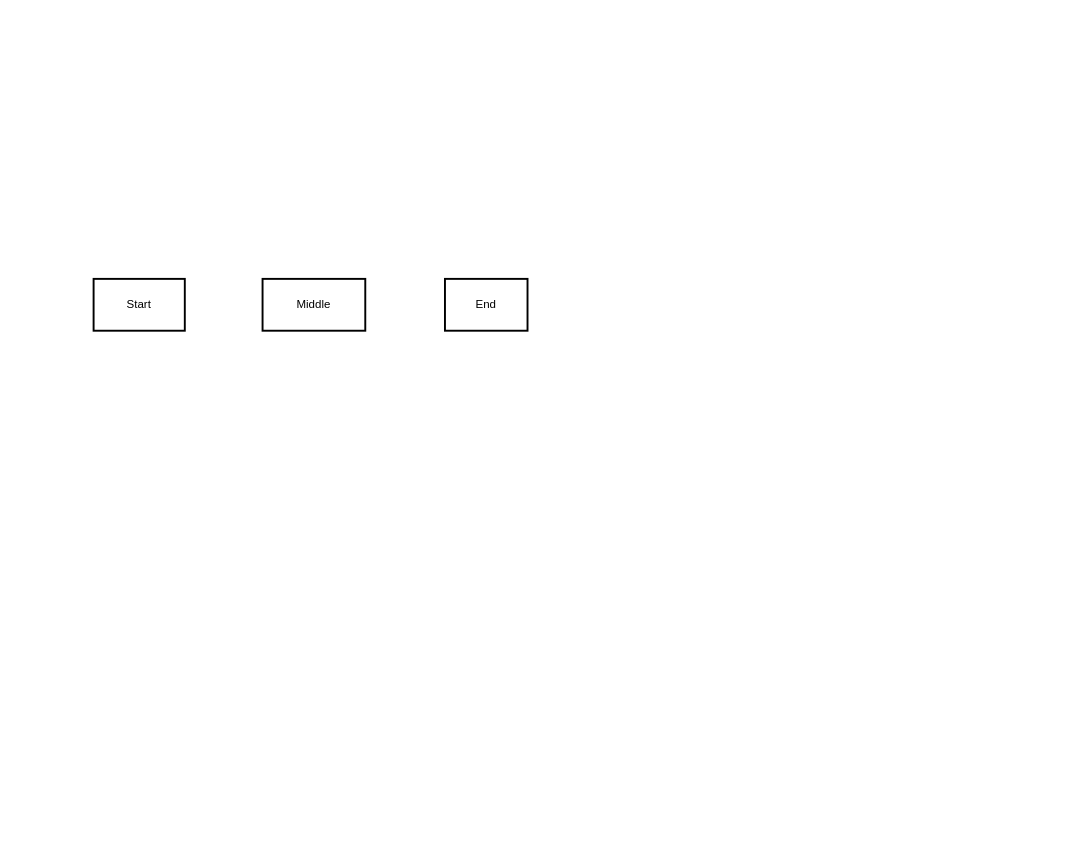
This is Test Diagram.drawio.xml from tracyannboyle/interview-tests, a draw.io file, before an edit. Source tidied: cells renumbered, new cells numbered last; positions are measured from the earlier drawing's top-left corner, leaving out a move shared by most shapes. Both pictures are drawn from the tidied source at 96%, with x=0, y=0 at pixel (93, 278).
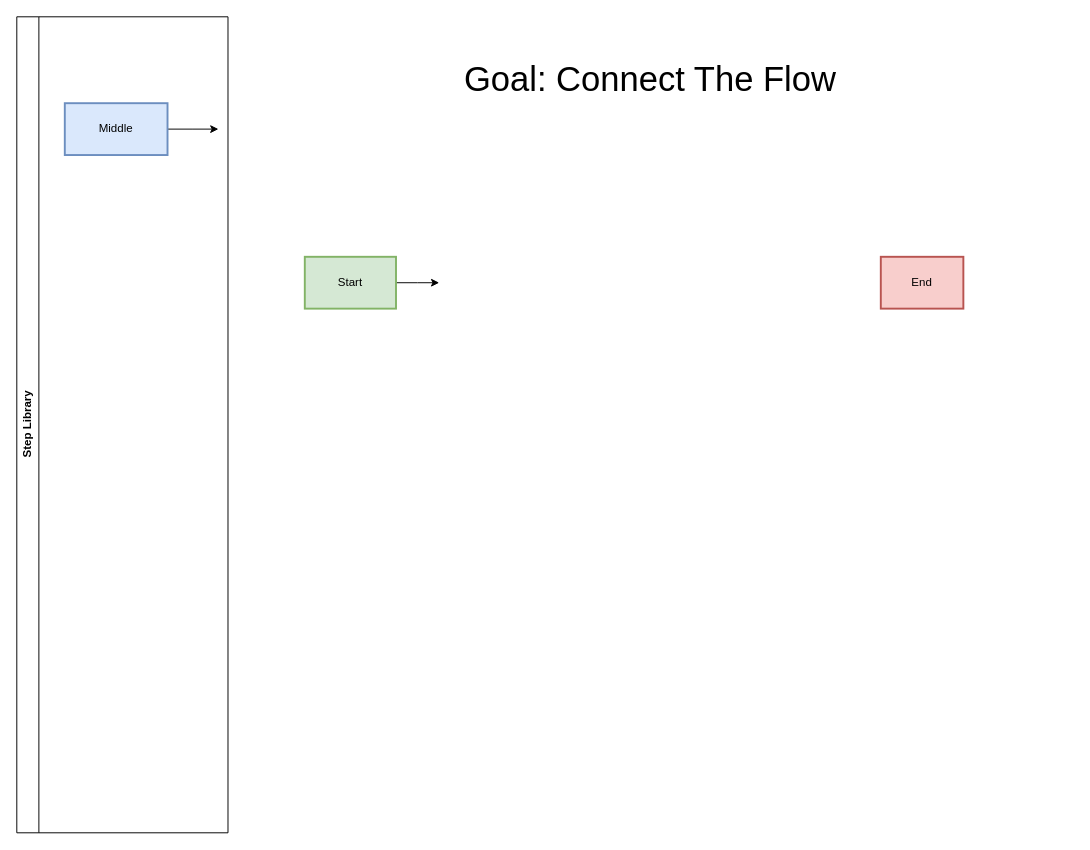
The same diagram, later.

What changed in the source:
```diff
@@
 <mxGraphModel>
   <root>
     <mxCell id="0" />
     <mxCell id="1" parent="0" />
+    <mxCell id="5" value="Step Library" style="swimlane;horizontal=0;whiteSpace=wrap;html=1;" parent="1" vertex="1">
+      <mxGeometry x="-80" y="-273" width="220" height="850" as="geometry" />
+    </mxCell>
+    <mxCell id="6" value="Goal: Connect The Flow" style="text;html=1;align=center;verticalAlign=middle;whiteSpace=wrap;rounded=0;fontSize=36;" parent="1" vertex="1">
+      <mxGeometry x="140" y="-253" width="880" height="90" as="geometry" />
+    </mxCell>
+    <mxCell id="7" parent="0" />
+    <mxCell id="8" style="edgeStyle=orthogonalEdgeStyle;rounded=0;jettySize=auto;html=1;" parent="7" edge="1" source="2">
+      <mxGeometry relative="1" as="geometry">
+        <mxPoint x="360" y="4" as="targetPoint" />
+      </mxGeometry>
+    </mxCell>
-    <mxCell id="2" value="Start" style="whiteSpace=wrap;strokeWidth=2;" parent="1" vertex="1">
-      <mxGeometry width="95" height="54" as="geometry" />
+    <mxCell id="2" value="Start" style="whiteSpace=wrap;strokeWidth=2;fillColor=#d5e8d4;strokeColor=#82b366;" parent="7" vertex="1">
+      <mxGeometry x="220" y="-23" width="95" height="54" as="geometry" />
     </mxCell>
+    <mxCell id="4" value="End" style="whiteSpace=wrap;strokeWidth=2;fillColor=#f8cecc;strokeColor=#b85450;" parent="7" vertex="1">
+      <mxGeometry x="820" y="-23" width="86" height="54" as="geometry" />
+    </mxCell>
+    <mxCell id="9" style="edgeStyle=orthogonalEdgeStyle;rounded=0;jettySize=auto;html=1;" parent="7" edge="1" source="3">
+      <mxGeometry relative="1" as="geometry">
+        <mxPoint x="130" y="-156" as="targetPoint" />
+      </mxGeometry>
+    </mxCell>
-    <mxCell id="3" value="Middle" style="whiteSpace=wrap;strokeWidth=2;" parent="1" vertex="1">
-      <mxGeometry x="176" width="107" height="54" as="geometry" />
+    <mxCell id="3" value="Middle" style="whiteSpace=wrap;strokeWidth=2;fillColor=#dae8fc;strokeColor=#6c8ebf;" parent="7" vertex="1">
+      <mxGeometry x="-30" y="-183" width="107" height="54" as="geometry" />
     </mxCell>
-    <mxCell id="4" value="End" style="whiteSpace=wrap;strokeWidth=2;" parent="1" vertex="1">
-      <mxGeometry x="366" width="86" height="54" as="geometry" />
-    </mxCell>
   </root>
 </mxGraphModel>
```
